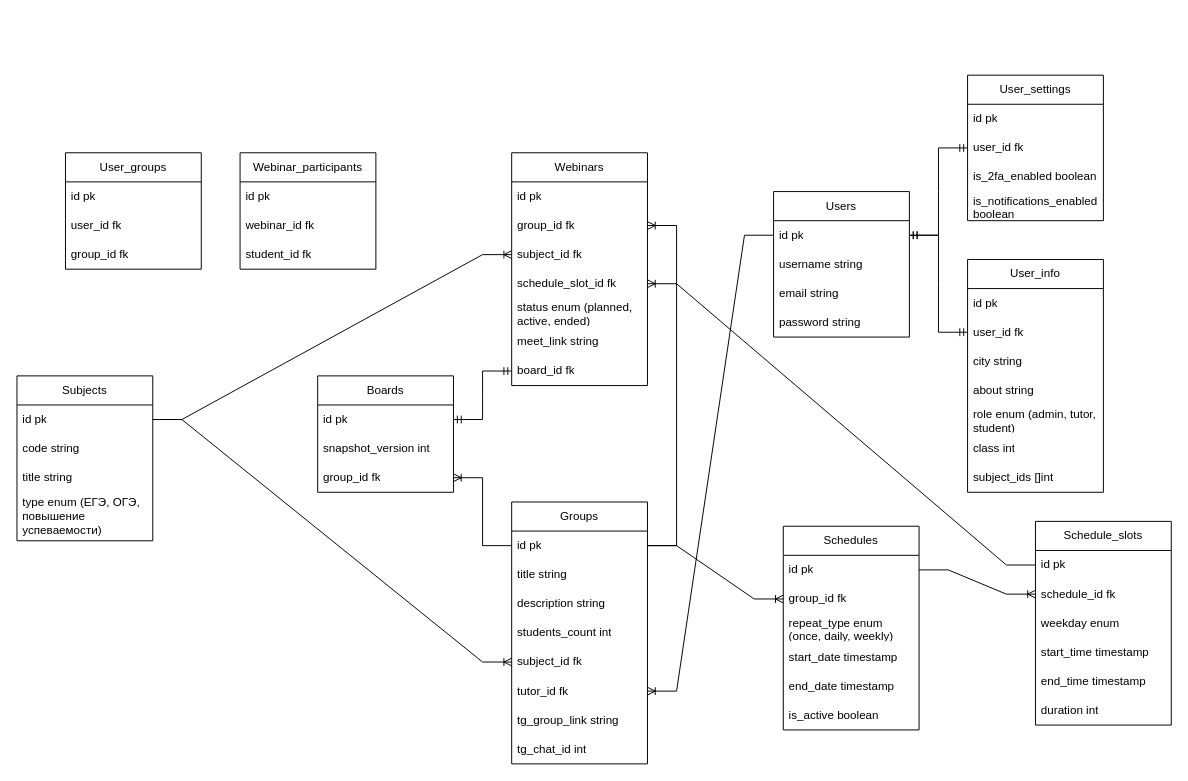
Kai120789/learning_platform keeps this draw.io diagram as learning_platform_docs/diagrams/database/database.drawio. Above is the earlier version. Source tidied: cells renumbered, new cells numbered last; positions are measured from the earlier drawing's top-left corner, leaving out a move shared by most shapes. Both pictures are drawn from the tidied source at 97%, with x=0, y=0 at pixel (16, 75).
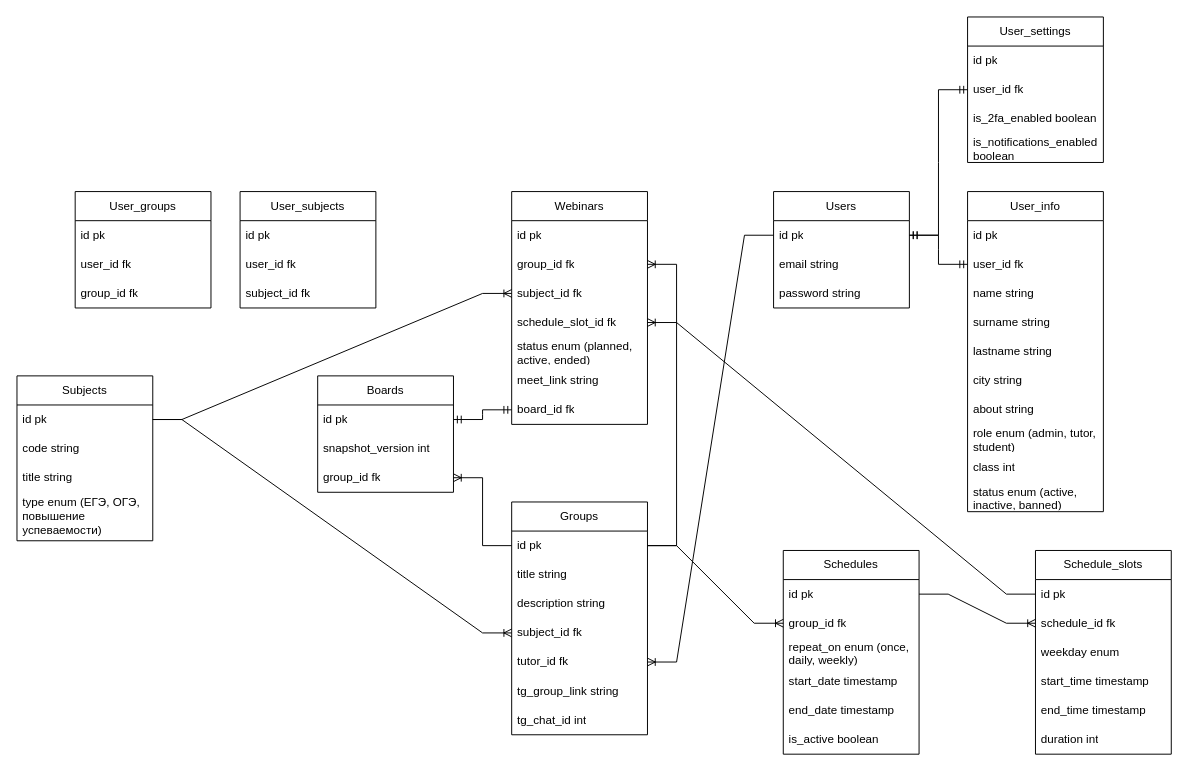
The same diagram, later.

Commit message (it also covers changes not shown here):
fix: update database diagram

Change to the diagram source:
```diff
@@
     <mxCell id="2" value="Users" style="swimlane;fontStyle=0;horizontal=1;startSize=30;whiteSpace=wrap;html=1;" parent="1" vertex="1">
-      <mxGeometry x="780" y="120" width="140" height="150" as="geometry" />
+      <mxGeometry x="780" y="120" width="140" height="120" as="geometry" />
     </mxCell>
@@
-    <mxCell id="4" value="username string" style="text;strokeColor=none;fillColor=none;align=left;verticalAlign=middle;spacingLeft=4;spacingRight=4;overflow=hidden;whiteSpace=wrap;html=1;" parent="2" vertex="1">
-      <mxGeometry y="60" width="140" height="30" as="geometry" />
-    </mxCell>
     <mxCell id="5" value="email string" style="text;strokeColor=none;fillColor=none;align=left;verticalAlign=middle;spacingLeft=4;spacingRight=4;overflow=hidden;whiteSpace=wrap;html=1;" parent="2" vertex="1">
-      <mxGeometry y="90" width="140" height="30" as="geometry" />
+      <mxGeometry y="60" width="140" height="30" as="geometry" />
     </mxCell>
     <mxCell id="6" value="password string" style="text;strokeColor=none;fillColor=none;align=left;verticalAlign=middle;spacingLeft=4;spacingRight=4;overflow=hidden;whiteSpace=wrap;html=1;" parent="2" vertex="1">
-      <mxGeometry y="120" width="140" height="30" as="geometry" />
+      <mxGeometry y="90" width="140" height="30" as="geometry" />
     </mxCell>
     <mxCell id="7" value="User_info" style="swimlane;fontStyle=0;horizontal=1;startSize=30;whiteSpace=wrap;html=1;" parent="1" vertex="1">
-      <mxGeometry x="980" y="190" width="140" height="240" as="geometry" />
+      <mxGeometry x="980" y="120" width="140" height="330" as="geometry" />
     </mxCell>
@@
+    <mxCell id="4" value="nam&lt;span style=&quot;background-color: transparent; color: light-dark(rgb(0, 0, 0), rgb(255, 255, 255));&quot;&gt;e string&lt;/span&gt;" style="text;strokeColor=none;fillColor=none;align=left;verticalAlign=middle;spacingLeft=4;spacingRight=4;overflow=hidden;whiteSpace=wrap;html=1;" parent="7" vertex="1">
+      <mxGeometry y="90" width="140" height="30" as="geometry" />
+    </mxCell>
+    <mxCell id="79" value="&lt;span style=&quot;background-color: transparent; color: light-dark(rgb(0, 0, 0), rgb(255, 255, 255));&quot;&gt;surname string&lt;/span&gt;" style="text;strokeColor=none;fillColor=none;align=left;verticalAlign=middle;spacingLeft=4;spacingRight=4;overflow=hidden;whiteSpace=wrap;html=1;" parent="7" vertex="1">
+      <mxGeometry y="120" width="140" height="30" as="geometry" />
+    </mxCell>
+    <mxCell id="80" value="&lt;span style=&quot;background-color: transparent; color: light-dark(rgb(0, 0, 0), rgb(255, 255, 255));&quot;&gt;lastname string&lt;/span&gt;" style="text;strokeColor=none;fillColor=none;align=left;verticalAlign=middle;spacingLeft=4;spacingRight=4;overflow=hidden;whiteSpace=wrap;html=1;" parent="7" vertex="1">
+      <mxGeometry y="150" width="140" height="30" as="geometry" />
+    </mxCell>
     <mxCell id="10" value="city string" style="text;strokeColor=none;fillColor=none;align=left;verticalAlign=middle;spacingLeft=4;spacingRight=4;overflow=hidden;whiteSpace=wrap;html=1;" parent="7" vertex="1">
-      <mxGeometry y="90" width="140" height="30" as="geometry" />
+      <mxGeometry y="180" width="140" height="30" as="geometry" />
     </mxCell>
     <mxCell id="11" value="about string" style="text;strokeColor=none;fillColor=none;align=left;verticalAlign=middle;spacingLeft=4;spacingRight=4;overflow=hidden;whiteSpace=wrap;html=1;" parent="7" vertex="1">
-      <mxGeometry y="120" width="140" height="30" as="geometry" />
+      <mxGeometry y="210" width="140" height="30" as="geometry" />
     </mxCell>
     <mxCell id="12" value="role enum (admin, tutor, student)" style="text;strokeColor=none;fillColor=none;align=left;verticalAlign=middle;spacingLeft=4;spacingRight=4;overflow=hidden;whiteSpace=wrap;html=1;" parent="7" vertex="1">
-      <mxGeometry y="150" width="140" height="30" as="geometry" />
+      <mxGeometry y="240" width="140" height="30" as="geometry" />
     </mxCell>
     <mxCell id="13" value="class int" style="text;strokeColor=none;fillColor=none;align=left;verticalAlign=middle;spacingLeft=4;spacingRight=4;overflow=hidden;whiteSpace=wrap;html=1;" parent="7" vertex="1">
-      <mxGeometry y="180" width="140" height="30" as="geometry" />
+      <mxGeometry y="270" width="140" height="30" as="geometry" />
     </mxCell>
-    <mxCell id="14" value="subject_ids []int" style="text;strokeColor=none;fillColor=none;align=left;verticalAlign=middle;spacingLeft=4;spacingRight=4;overflow=hidden;whiteSpace=wrap;html=1;" parent="7" vertex="1">
-      <mxGeometry y="210" width="140" height="30" as="geometry" />
-    </mxCell>
+    <mxCell id="81" value="&lt;span style=&quot;background-color: transparent; color: light-dark(rgb(0, 0, 0), rgb(255, 255, 255));&quot;&gt;status enum (active, inactive, banned)&lt;/span&gt;" style="text;strokeColor=none;fillColor=none;align=left;verticalAlign=middle;spacingLeft=4;spacingRight=4;overflow=hidden;whiteSpace=wrap;html=1;" parent="7" vertex="1">
+      <mxGeometry y="300" width="140" height="30" as="geometry" />
+    </mxCell>
     <mxCell id="15" value="User_settings" style="swimlane;fontStyle=0;horizontal=1;startSize=30;whiteSpace=wrap;html=1;" parent="1" vertex="1">
-      <mxGeometry x="980" width="140" height="150" as="geometry" />
+      <mxGeometry x="980" y="-60" width="140" height="150" as="geometry" />
     </mxCell>
@@
     <mxCell id="20" value="Groups" style="swimlane;fontStyle=0;horizontal=1;startSize=30;whiteSpace=wrap;html=1;" parent="1" vertex="1">
-      <mxGeometry x="510" y="440" width="140" height="270" as="geometry" />
+      <mxGeometry x="510" y="440" width="140" height="240" as="geometry" />
     </mxCell>
@@
-    <mxCell id="24" value="students_count int" style="text;strokeColor=none;fillColor=none;align=left;verticalAlign=middle;spacingLeft=4;spacingRight=4;overflow=hidden;whiteSpace=wrap;html=1;" parent="20" vertex="1">
-      <mxGeometry y="120" width="140" height="30" as="geometry" />
-    </mxCell>
     <mxCell id="25" value="subject_id fk" style="text;strokeColor=none;fillColor=none;align=left;verticalAlign=middle;spacingLeft=4;spacingRight=4;overflow=hidden;points=[[0,0.5],[1,0.5]];portConstraint=eastwest;whiteSpace=wrap;html=1;" parent="20" vertex="1">
-      <mxGeometry y="150" width="140" height="30" as="geometry" />
+      <mxGeometry y="120" width="140" height="30" as="geometry" />
     </mxCell>
     <mxCell id="26" value="tutor_id fk" style="text;strokeColor=none;fillColor=none;align=left;verticalAlign=middle;spacingLeft=4;spacingRight=4;overflow=hidden;points=[[0,0.5],[1,0.5]];portConstraint=eastwest;whiteSpace=wrap;html=1;" parent="20" vertex="1">
-      <mxGeometry y="180" width="140" height="30" as="geometry" />
+      <mxGeometry y="150" width="140" height="30" as="geometry" />
     </mxCell>
     <mxCell id="27" value="tg_group_link string" style="text;strokeColor=none;fillColor=none;align=left;verticalAlign=middle;spacingLeft=4;spacingRight=4;overflow=hidden;whiteSpace=wrap;html=1;" parent="20" vertex="1">
-      <mxGeometry y="210" width="140" height="30" as="geometry" />
+      <mxGeometry y="180" width="140" height="30" as="geometry" />
     </mxCell>
     <mxCell id="28" value="tg_chat_id int" style="text;strokeColor=none;fillColor=none;align=left;verticalAlign=middle;spacingLeft=4;spacingRight=4;overflow=hidden;whiteSpace=wrap;html=1;" parent="20" vertex="1">
-      <mxGeometry y="240" width="140" height="30" as="geometry" />
+      <mxGeometry y="210" width="140" height="30" as="geometry" />
     </mxCell>
     <mxCell id="29" value="User_groups" style="swimlane;fontStyle=0;horizontal=1;startSize=30;whiteSpace=wrap;html=1;" parent="1" vertex="1">
-      <mxGeometry x="50" y="80" width="140" height="120" as="geometry" />
+      <mxGeometry x="60" y="120" width="140" height="120" as="geometry" />
     </mxCell>
@@
     <mxCell id="33" value="Schedules" style="swimlane;fontStyle=0;horizontal=1;startSize=30;whiteSpace=wrap;html=1;" parent="1" vertex="1">
-      <mxGeometry x="790" y="465" width="140" height="210" as="geometry" />
+      <mxGeometry x="790" y="490" width="140" height="210" as="geometry" />
     </mxCell>
@@
-    <mxCell id="36" value="repeat_type enum (once, daily, weekly)" style="text;strokeColor=none;fillColor=none;align=left;verticalAlign=middle;spacingLeft=4;spacingRight=4;overflow=hidden;whiteSpace=wrap;html=1;" parent="33" vertex="1">
+    <mxCell id="36" value="repeat_on enum (once, daily, weekly)" style="text;strokeColor=none;fillColor=none;align=left;verticalAlign=middle;spacingLeft=4;spacingRight=4;overflow=hidden;whiteSpace=wrap;html=1;" parent="33" vertex="1">
       <mxGeometry y="90" width="140" height="30" as="geometry" />
     </mxCell>
@@
     <mxCell id="40" value="Schedule_slots" style="swimlane;fontStyle=0;horizontal=1;startSize=30;whiteSpace=wrap;html=1;" parent="1" vertex="1">
-      <mxGeometry x="1050" y="460" width="140" height="210" as="geometry" />
+      <mxGeometry x="1050" y="490" width="140" height="210" as="geometry" />
     </mxCell>
@@
     <mxCell id="56" value="Webinars" style="swimlane;fontStyle=0;horizontal=1;startSize=30;whiteSpace=wrap;html=1;" parent="1" vertex="1">
-      <mxGeometry x="510" y="80" width="140" height="240" as="geometry" />
+      <mxGeometry x="510" y="120" width="140" height="240" as="geometry" />
     </mxCell>
@@
-    <mxCell id="64" value="Webinar_participants" style="swimlane;fontStyle=0;horizontal=1;startSize=30;whiteSpace=wrap;html=1;" parent="1" vertex="1">
-      <mxGeometry x="230" y="80" width="140" height="120" as="geometry" />
-    </mxCell>
-    <mxCell id="65" value="id pk" style="text;strokeColor=none;fillColor=none;align=left;verticalAlign=middle;spacingLeft=4;spacingRight=4;overflow=hidden;whiteSpace=wrap;html=1;" parent="64" vertex="1">
-      <mxGeometry y="30" width="140" height="30" as="geometry" />
-    </mxCell>
-    <mxCell id="66" value="webinar_id fk" style="text;strokeColor=none;fillColor=none;align=left;verticalAlign=middle;spacingLeft=4;spacingRight=4;overflow=hidden;whiteSpace=wrap;html=1;" parent="64" vertex="1">
-      <mxGeometry y="60" width="140" height="30" as="geometry" />
-    </mxCell>
-    <mxCell id="67" value="&lt;span style=&quot;background-color: transparent; color: light-dark(rgb(0, 0, 0), rgb(255, 255, 255));&quot;&gt;student_id fk&lt;/span&gt;" style="text;strokeColor=none;fillColor=none;align=left;verticalAlign=middle;spacingLeft=4;spacingRight=4;overflow=hidden;whiteSpace=wrap;html=1;" parent="64" vertex="1">
-      <mxGeometry y="90" width="140" height="30" as="geometry" />
-    </mxCell>
@@
+    <mxCell id="82" value="User_subjects" style="swimlane;fontStyle=0;horizontal=1;startSize=30;whiteSpace=wrap;html=1;" parent="1" vertex="1">
+      <mxGeometry x="230" y="120" width="140" height="120" as="geometry" />
+    </mxCell>
+    <mxCell id="65" value="id pk" style="text;strokeColor=none;fillColor=none;align=left;verticalAlign=middle;spacingLeft=4;spacingRight=4;overflow=hidden;whiteSpace=wrap;html=1;" parent="82" vertex="1">
+      <mxGeometry y="30" width="140" height="30" as="geometry" />
+    </mxCell>
+    <mxCell id="83" value="user_id fk" style="text;strokeColor=none;fillColor=none;align=left;verticalAlign=middle;spacingLeft=4;spacingRight=4;overflow=hidden;whiteSpace=wrap;html=1;" parent="82" vertex="1">
+      <mxGeometry y="60" width="140" height="30" as="geometry" />
+    </mxCell>
+    <mxCell id="84" value="&lt;span style=&quot;background-color: transparent; color: light-dark(rgb(0, 0, 0), rgb(255, 255, 255));&quot;&gt;subject_id fk&lt;/span&gt;" style="text;strokeColor=none;fillColor=none;align=left;verticalAlign=middle;spacingLeft=4;spacingRight=4;overflow=hidden;whiteSpace=wrap;html=1;" parent="82" vertex="1">
+      <mxGeometry y="90" width="140" height="30" as="geometry" />
+    </mxCell>
```
